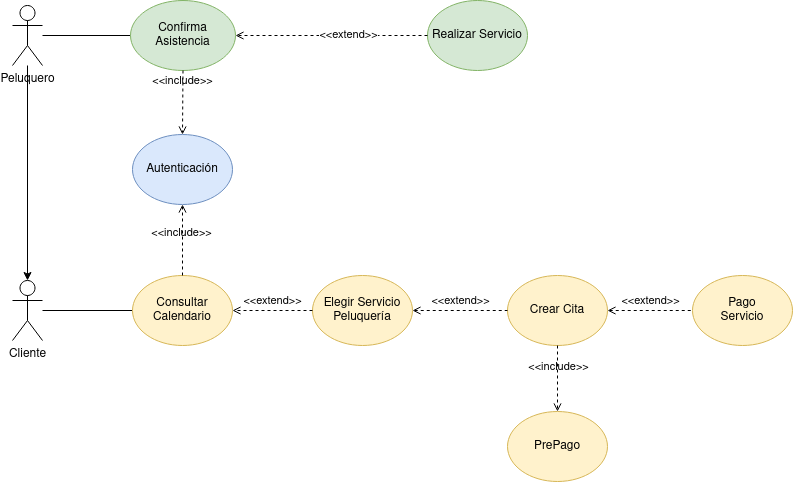
Above: doc/img/CasosUso.drawio.png in colidom/proyecto-ets (draw.io), before the change. Source tidied: cells renumbered, new cells last; positions are measured from the earlier drawing's top-left corner, leaving out a move shared by most shapes.
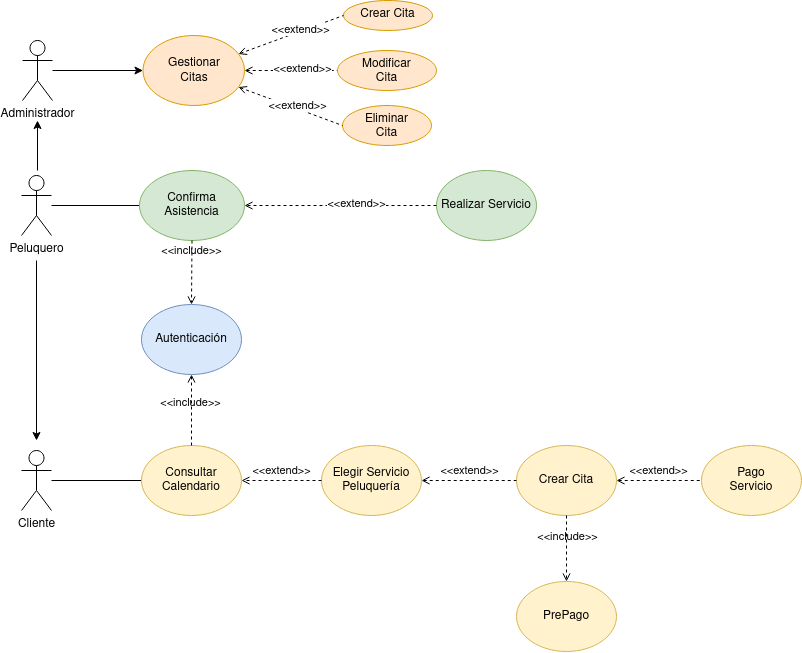
The same file after the commit.

The edit, as a diff of the source:
```diff
@@ -44,8 +44,11 @@
     <mxCell id="15" value="&lt;div&gt;Pago&lt;br&gt;&lt;/div&gt;&lt;div&gt;Servicio&lt;/div&gt;" style="ellipse;whiteSpace=wrap;html=1;fillColor=#fff2cc;strokeColor=#d6b656;" parent="1" vertex="1">
       <mxGeometry x="680" y="275" width="100" height="70" as="geometry" />
     </mxCell>
-    <mxCell id="16" style="edgeStyle=orthogonalEdgeStyle;rounded=0;jettySize=auto;html=1;entryX=0.5;entryY=0;entryDx=0;entryDy=0;entryPerimeter=0;" parent="1" edge="1" source="17" target="3">
-      <mxGeometry relative="1" as="geometry" />
+    <mxCell id="16" style="edgeStyle=orthogonalEdgeStyle;rounded=0;orthogonalLoop=1;jettySize=auto;html=1;" parent="1" edge="1">
+      <mxGeometry relative="1" as="geometry">
+        <mxPoint x="15" y="90" as="sourcePoint" />
+        <mxPoint x="15" y="270" as="targetPoint" />
+      </mxGeometry>
     </mxCell>
     <mxCell id="17" value="Peluquero" style="shape=umlActor;verticalLabelPosition=bottom;verticalAlign=top;html=1;outlineConnect=0;" parent="1" vertex="1">
       <mxGeometry y="5" width="30" height="60" as="geometry" />
@@ -67,5 +70,49 @@
     <mxCell id="22" value="&amp;lt;&amp;lt;include&amp;gt;&amp;gt;" style="html=1;verticalAlign=bottom;labelBackgroundColor=none;endArrow=open;endFill=0;dashed=1;rounded=0;exitX=0.5;exitY=1;exitDx=0;exitDy=0;entryX=0.5;entryY=0;entryDx=0;entryDy=0;" parent="1" edge="1" source="21" target="4">
       <mxGeometry x="-0.37" relative="1" as="geometry" />
     </mxCell>
+    <mxCell id="23" style="edgeStyle=orthogonalEdgeStyle;rounded=0;jettySize=auto;html=1;" parent="1" edge="1" source="24" target="27">
+      <mxGeometry relative="1" as="geometry" />
+    </mxCell>
+    <mxCell id="24" value="Administrador" style="shape=umlActor;verticalLabelPosition=bottom;verticalAlign=top;html=1;outlineConnect=0;" parent="1" vertex="1">
+      <mxGeometry x="1" y="-130" width="30" height="60" as="geometry" />
+    </mxCell>
+    <mxCell id="25" style="rounded=0;jettySize=auto;html=1;dashed=1;endArrow=none;endFill=0;startArrow=open;startFill=0;entryX=0;entryY=0.5;entryDx=0;entryDy=0;" parent="1" edge="1" source="27" target="29">
+      <mxGeometry relative="1" as="geometry" />
+    </mxCell>
+    <mxCell id="26" value="&amp;lt;&amp;lt;extend&amp;gt;&amp;gt;" style="edgeLabel;html=1;align=center;verticalAlign=middle;" parent="25" vertex="1">
+      <mxGeometry x="0.23" y="2" relative="1" as="geometry" />
+    </mxCell>
+    <mxCell id="27" value="&lt;div&gt;&lt;br&gt;&lt;/div&gt;&lt;div&gt;Gestionar&lt;/div&gt;&lt;div&gt;Citas&lt;br&gt;&lt;/div&gt;" style="ellipse;whiteSpace=wrap;html=1;verticalAlign=top;fillColor=#ffe6cc;strokeColor=#d79b00;" parent="1" vertex="1">
+      <mxGeometry x="121.5" y="-135" width="101.5" height="70" as="geometry" />
+    </mxCell>
+    <mxCell id="28" value="Crear Cita" style="ellipse;whiteSpace=wrap;html=1;verticalAlign=top;fillColor=#ffe6cc;strokeColor=#d79b00;" parent="1" vertex="1">
+      <mxGeometry x="322" y="-170" width="89" height="30" as="geometry" />
+    </mxCell>
+    <mxCell id="29" value="&lt;div&gt;Modificar &lt;br&gt;&lt;/div&gt;&lt;div&gt;Cita&lt;/div&gt;" style="ellipse;whiteSpace=wrap;html=1;verticalAlign=top;fillColor=#ffe6cc;strokeColor=#d79b00;" parent="1" vertex="1">
+      <mxGeometry x="316" y="-120" width="99" height="40" as="geometry" />
+    </mxCell>
+    <mxCell id="30" value="Eliminar&lt;div&gt;Cita&lt;br&gt;&lt;/div&gt;" style="ellipse;whiteSpace=wrap;html=1;verticalAlign=top;fillColor=#ffe6cc;strokeColor=#d79b00;" parent="1" vertex="1">
+      <mxGeometry x="321" y="-65" width="89" height="40" as="geometry" />
+    </mxCell>
+    <mxCell id="31" style="rounded=0;jettySize=auto;html=1;dashed=1;endArrow=none;endFill=0;startArrow=open;startFill=0;entryX=0;entryY=0.5;entryDx=0;entryDy=0;" parent="1" edge="1" source="27" target="28">
+      <mxGeometry relative="1" as="geometry" />
+    </mxCell>
+    <mxCell id="32" value="&amp;lt;&amp;lt;extend&amp;gt;&amp;gt;" style="edgeLabel;html=1;align=center;verticalAlign=middle;" parent="31" vertex="1">
+      <mxGeometry x="0.17" y="2" relative="1" as="geometry" />
+    </mxCell>
+    <mxCell id="33" style="rounded=0;jettySize=auto;html=1;dashed=1;endArrow=none;endFill=0;startArrow=open;startFill=0;entryX=0;entryY=0.5;entryDx=0;entryDy=0;" parent="1" edge="1" source="27" target="30">
+      <mxGeometry relative="1" as="geometry" />
+    </mxCell>
+    <mxCell id="34" value="&amp;lt;&amp;lt;extend&amp;gt;&amp;gt;" style="edgeLabel;html=1;align=center;verticalAlign=middle;" parent="33" vertex="1">
+      <mxGeometry x="0.38" y="-1" relative="1" as="geometry">
+        <mxPoint x="-13" y="-9" as="offset" />
+      </mxGeometry>
+    </mxCell>
+    <mxCell id="35" style="edgeStyle=orthogonalEdgeStyle;rounded=0;orthogonalLoop=1;jettySize=auto;html=1;endArrow=none;endFill=0;startArrow=classic;startFill=1;" parent="1" edge="1">
+      <mxGeometry relative="1" as="geometry">
+        <mxPoint x="16" y="-50" as="sourcePoint" />
+        <mxPoint x="16" as="targetPoint" />
+      </mxGeometry>
+    </mxCell>
   </root>
 </mxGraphModel>
```
